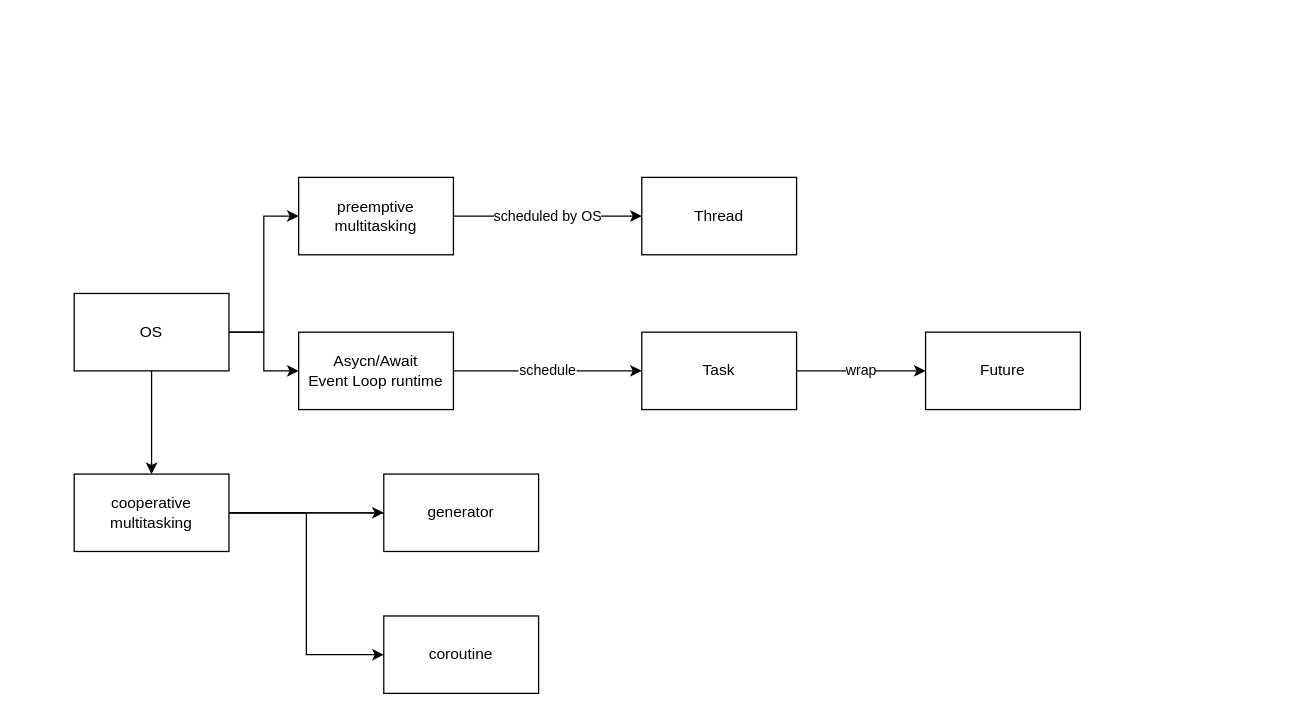
This is page "Concurrency" (7 of 7) of advanced.drawio from gftea/rust_lang_notes, a draw.io file, before an edit. Source tidied: cells renumbered, new cells numbered last; positions are measured from the earlier drawing's top-left corner, leaving out a move shared by most shapes. Both pictures are drawn from the tidied source at 129%, with x=0, y=0 at pixel (74, 177).
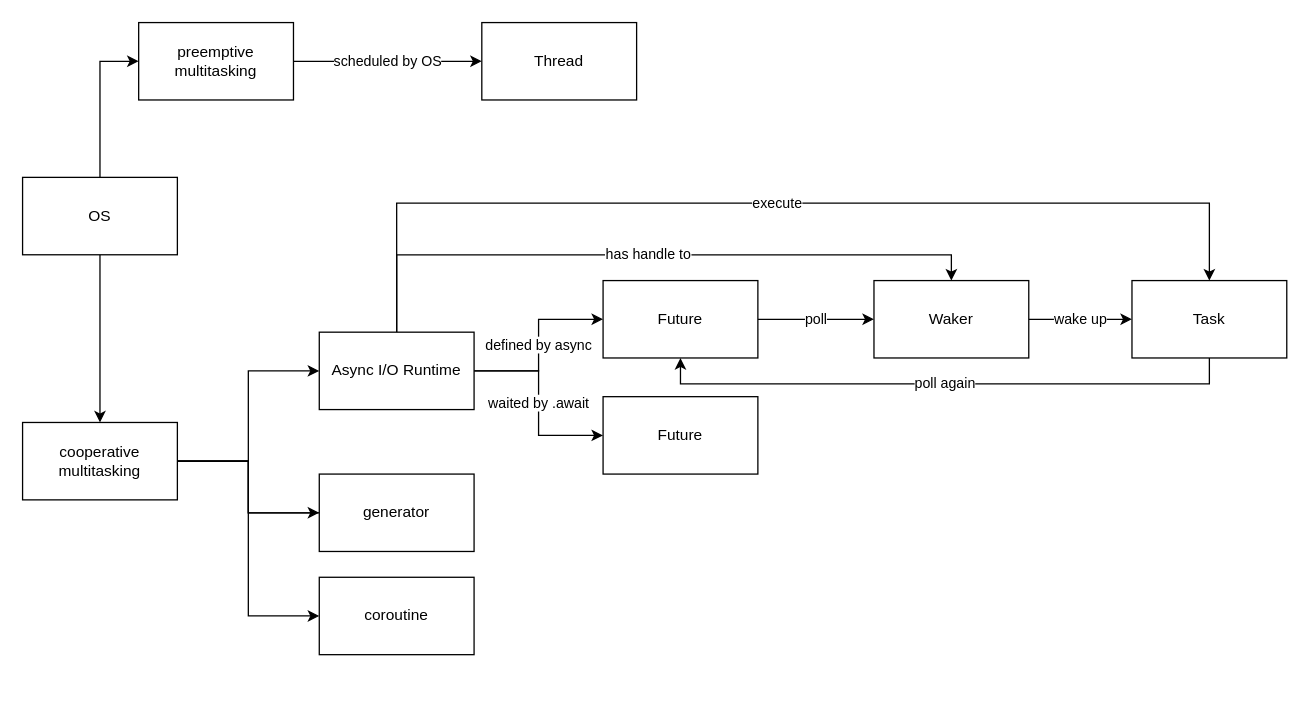
The same page after the edit.

Diff of the diagram source:
```diff
@@
     <mxCell id="2" value="Thread" style="rounded=0;whiteSpace=wrap;html=1;" parent="1" vertex="1">
-      <mxGeometry x="440" width="120" height="60" as="geometry" />
+      <mxGeometry x="316" y="-120" width="120" height="60" as="geometry" />
     </mxCell>
     <mxCell id="3" value="coroutine" style="rounded=0;whiteSpace=wrap;html=1;" parent="1" vertex="1">
-      <mxGeometry x="240" y="340" width="120" height="60" as="geometry" />
+      <mxGeometry x="190" y="310" width="120" height="60" as="geometry" />
     </mxCell>
+    <mxCell id="20" value="wake up" style="edgeStyle=orthogonalEdgeStyle;rounded=0;jettySize=auto;html=1;" parent="1" edge="1" source="4" target="27">
+      <mxGeometry relative="1" as="geometry" />
+    </mxCell>
-    <mxCell id="4" value="Future" style="rounded=0;whiteSpace=wrap;html=1;" parent="1" vertex="1">
-      <mxGeometry x="660" y="120" width="120" height="60" as="geometry" />
+    <mxCell id="4" value="Waker" style="rounded=0;whiteSpace=wrap;html=1;" parent="1" vertex="1">
+      <mxGeometry x="620" y="80" width="120" height="60" as="geometry" />
     </mxCell>
-    <mxCell id="5" value="wrap" style="edgeStyle=orthogonalEdgeStyle;rounded=0;jettySize=auto;html=1;" parent="1" edge="1" source="6" target="4">
+    <mxCell id="5" value="poll" style="edgeStyle=orthogonalEdgeStyle;rounded=0;jettySize=auto;html=1;" parent="1" edge="1" source="6" target="4">
       <mxGeometry relative="1" as="geometry" />
     </mxCell>
-    <mxCell id="6" value="Task" style="rounded=0;whiteSpace=wrap;html=1;" parent="1" vertex="1">
-      <mxGeometry x="440" y="120" width="120" height="60" as="geometry" />
+    <mxCell id="6" value="Future" style="rounded=0;whiteSpace=wrap;html=1;" parent="1" vertex="1">
+      <mxGeometry x="410" y="80" width="120" height="60" as="geometry" />
     </mxCell>
@@
-    <mxCell id="8" style="edgeStyle=orthogonalEdgeStyle;rounded=0;jettySize=auto;html=1;" parent="1" edge="1" source="10" target="14">
-      <mxGeometry relative="1" as="geometry" />
-    </mxCell>
@@
     <mxCell id="10" value="OS" style="rounded=0;whiteSpace=wrap;html=1;" parent="1" vertex="1">
-      <mxGeometry y="90" width="120" height="60" as="geometry" />
+      <mxGeometry x="-40" width="120" height="60" as="geometry" />
     </mxCell>
@@
     <mxCell id="12" value="preemptive multitasking" style="rounded=0;whiteSpace=wrap;html=1;" parent="1" vertex="1">
-      <mxGeometry x="174" width="120" height="60" as="geometry" />
+      <mxGeometry x="50" y="-120" width="120" height="60" as="geometry" />
     </mxCell>
-    <mxCell id="13" value="schedule" style="edgeStyle=orthogonalEdgeStyle;rounded=0;jettySize=auto;html=1;entryX=0;entryY=0.5;entryDx=0;entryDy=0;" parent="1" edge="1" source="14" target="6">
+    <mxCell id="13" value="defined by async" style="edgeStyle=orthogonalEdgeStyle;rounded=0;jettySize=auto;html=1;entryX=0;entryY=0.5;entryDx=0;entryDy=0;" parent="1" edge="1" source="14" target="6">
       <mxGeometry relative="1" as="geometry" />
     </mxCell>
+    <mxCell id="21" value="waited by .await" style="edgeStyle=orthogonalEdgeStyle;rounded=0;jettySize=auto;html=1;entryX=0;entryY=0.5;entryDx=0;entryDy=0;" parent="1" edge="1" source="14" target="25">
+      <mxGeometry relative="1" as="geometry" />
+    </mxCell>
+    <mxCell id="22" value="has handle to" style="edgeStyle=orthogonalEdgeStyle;rounded=0;jettySize=auto;html=1;entryX=0.5;entryY=0;entryDx=0;entryDy=0;exitX=0.5;exitY=0;exitDx=0;exitDy=0;" parent="1" edge="1" source="14" target="4">
+      <mxGeometry relative="1" as="geometry" />
+    </mxCell>
+    <mxCell id="23" value="execute" style="edgeStyle=orthogonalEdgeStyle;rounded=0;jettySize=auto;html=1;entryX=0.5;entryY=0;entryDx=0;entryDy=0;" parent="1" edge="1" source="14" target="27">
+      <mxGeometry relative="1" as="geometry">
+        <Array as="points">
+          <mxPoint x="250" y="20" />
+          <mxPoint x="880" y="20" />
+        </Array>
+      </mxGeometry>
+    </mxCell>
-    <mxCell id="14" value="Asycn/Await &lt;br&gt;Event Loop runtime" style="rounded=0;whiteSpace=wrap;html=1;" parent="1" vertex="1">
-      <mxGeometry x="174" y="120" width="120" height="60" as="geometry" />
+    <mxCell id="14" value="Async I/O Runtime" style="rounded=0;whiteSpace=wrap;html=1;" parent="1" vertex="1">
+      <mxGeometry x="190" y="120" width="120" height="60" as="geometry" />
     </mxCell>
@@
+    <mxCell id="24" style="edgeStyle=orthogonalEdgeStyle;rounded=0;jettySize=auto;html=1;entryX=0;entryY=0.5;entryDx=0;entryDy=0;" parent="1" edge="1" source="17" target="14">
+      <mxGeometry relative="1" as="geometry" />
+    </mxCell>
     <mxCell id="17" value="cooperative multitasking" style="rounded=0;whiteSpace=wrap;html=1;" parent="1" vertex="1">
-      <mxGeometry y="230" width="120" height="60" as="geometry" />
+      <mxGeometry x="-40" y="190" width="120" height="60" as="geometry" />
     </mxCell>
     <mxCell id="18" value="generator" style="rounded=0;whiteSpace=wrap;html=1;" parent="1" vertex="1">
-      <mxGeometry x="240" y="230" width="120" height="60" as="geometry" />
+      <mxGeometry x="190" y="230" width="120" height="60" as="geometry" />
     </mxCell>
@@
+    <mxCell id="25" value="Future" style="rounded=0;whiteSpace=wrap;html=1;" parent="1" vertex="1">
+      <mxGeometry x="410" y="170" width="120" height="60" as="geometry" />
+    </mxCell>
+    <mxCell id="26" value="poll again" style="edgeStyle=orthogonalEdgeStyle;rounded=0;jettySize=auto;html=1;entryX=0.5;entryY=1;entryDx=0;entryDy=0;exitX=0.5;exitY=1;exitDx=0;exitDy=0;" parent="1" edge="1" source="27" target="6">
+      <mxGeometry relative="1" as="geometry" />
+    </mxCell>
+    <mxCell id="27" value="Task" style="rounded=0;whiteSpace=wrap;html=1;" parent="1" vertex="1">
+      <mxGeometry x="820" y="80" width="120" height="60" as="geometry" />
+    </mxCell>
```
